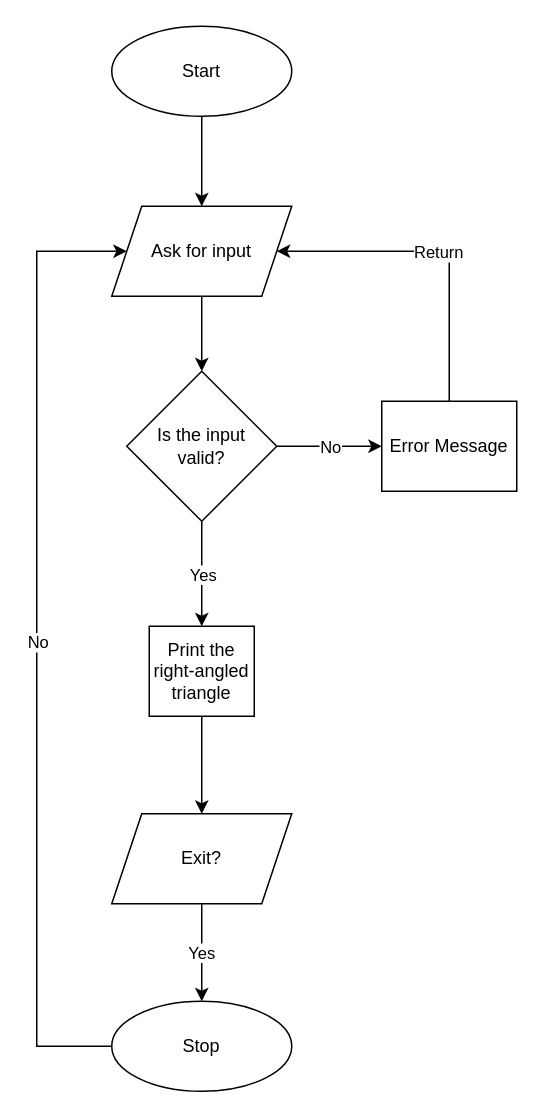
btleafar/Planing keeps this draw.io diagram as Print Triangle.drawio. Above is the earlier version. Source tidied: cells renumbered, new cells numbered last; positions are measured from the earlier drawing's top-left corner, leaving out a move shared by most shapes. Both pictures are drawn from the tidied source at 150%, with x=0, y=0 at pixel (36, 26).
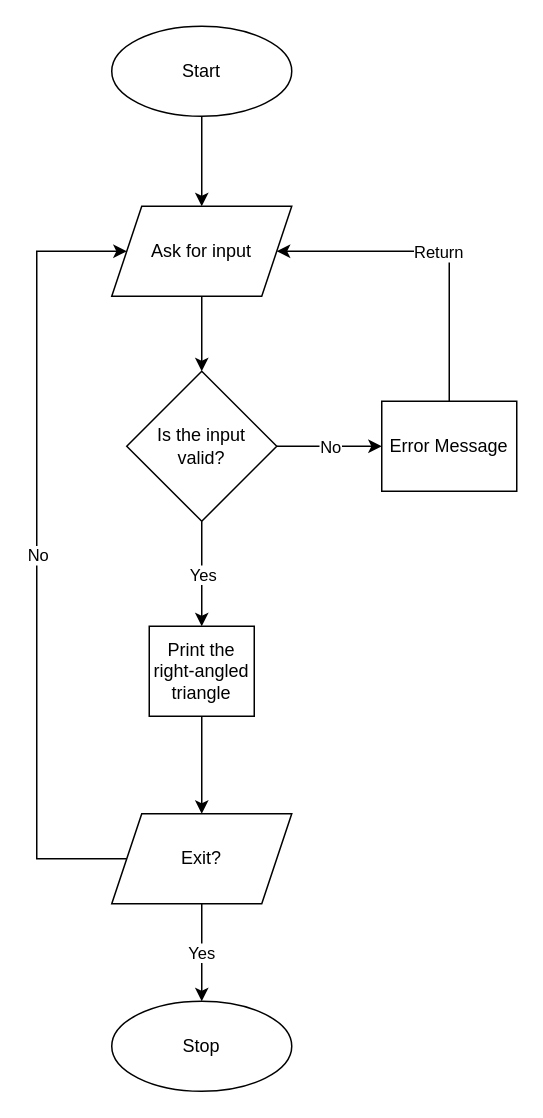
After the change.

The change refers to these unchanged cells:
```xml
<mxCell id="3" value="&lt;span style=&quot;&quot;&gt;Ask for input&lt;/span&gt;" style="shape=parallelogram;perimeter=parallelogramPerimeter;whiteSpace=wrap;html=1;fixedSize=1;" parent="1" vertex="1">
  <mxGeometry x="50" y="120" width="120" height="60" as="geometry" />
</mxCell>
<mxCell id="17" value="Exit?" style="shape=parallelogram;perimeter=parallelogramPerimeter;whiteSpace=wrap;html=1;fixedSize=1;" parent="1" vertex="1">
  <mxGeometry x="50" y="525" width="120" height="60" as="geometry" />
</mxCell>
<mxCell id="18" value="Stop" style="ellipse;whiteSpace=wrap;html=1;" parent="1" vertex="1">
  <mxGeometry x="50" y="650" width="120" height="60" as="geometry" />
</mxCell>
```

Diff of the diagram source:
```diff
@@
-    <mxCell id="19" style="endArrow=classic;html=1;rounded=0;exitX=0;exitY=0.5;exitDx=0;exitDy=0;entryX=0;entryY=0.5;entryDx=0;entryDy=0;" parent="1" edge="1" source="18" target="3">
+    <mxCell id="19" style="endArrow=classic;html=1;rounded=0;exitX=0;exitY=0.5;exitDx=0;exitDy=0;entryX=0;entryY=0.5;entryDx=0;entryDy=0;" parent="1" edge="1" source="17" target="3">
       <mxGeometry relative="1" as="geometry">
         <Array as="points">
-          <mxPoint y="680" />
+          <mxPoint y="555" />
           <mxPoint y="150" />
         </Array>
       </mxGeometry>
     </mxCell>
```
